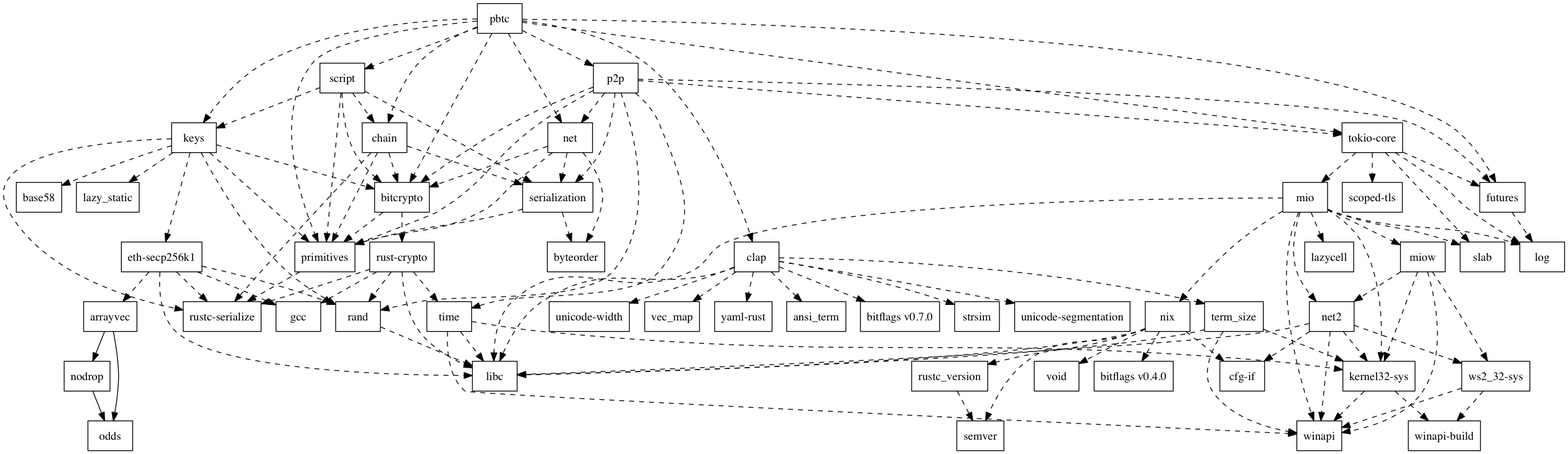
Earlier version of the Graphviz export tools/graph.png (paritytech/parity-bitcoin). Its source is kept beside it as tools/graph.dot.
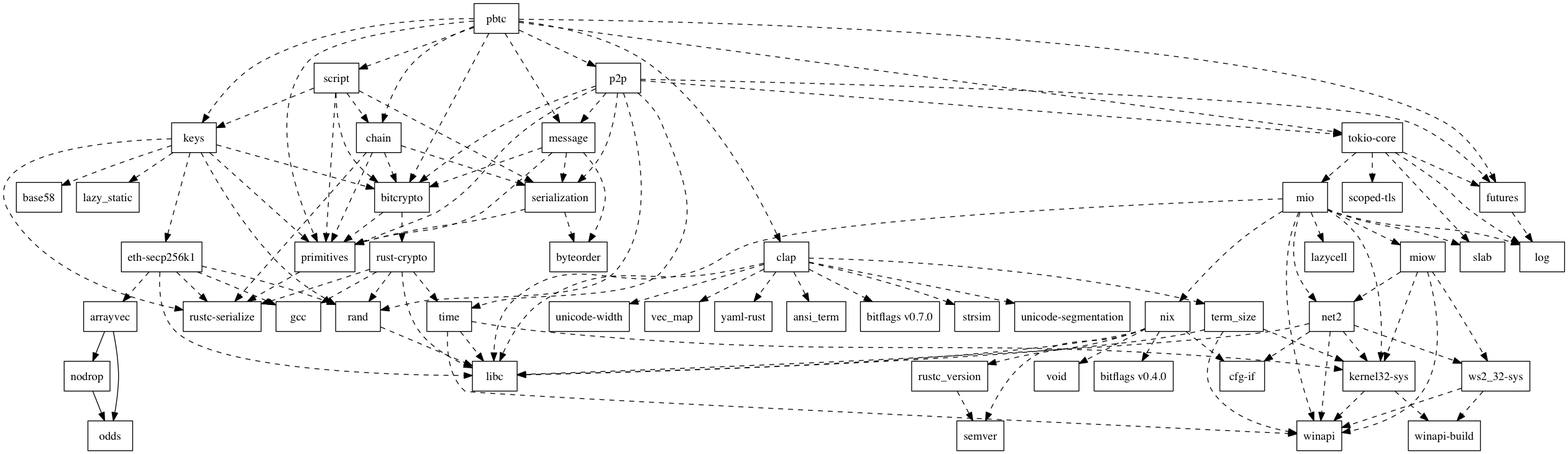
After the commit.

The edit, as a diff of the source:
```diff
@@ -5,7 +5,7 @@
 	N3[label="clap",shape=box];
 	N4[label="futures",shape=box];
 	N5[label="keys",shape=box];
-	N6[label="net",shape=box];
+	N6[label="message",shape=box];
 	N7[label="p2p",shape=box];
 	N8[label="primitives",shape=box];
 	N9[label="script",shape=box];
```
